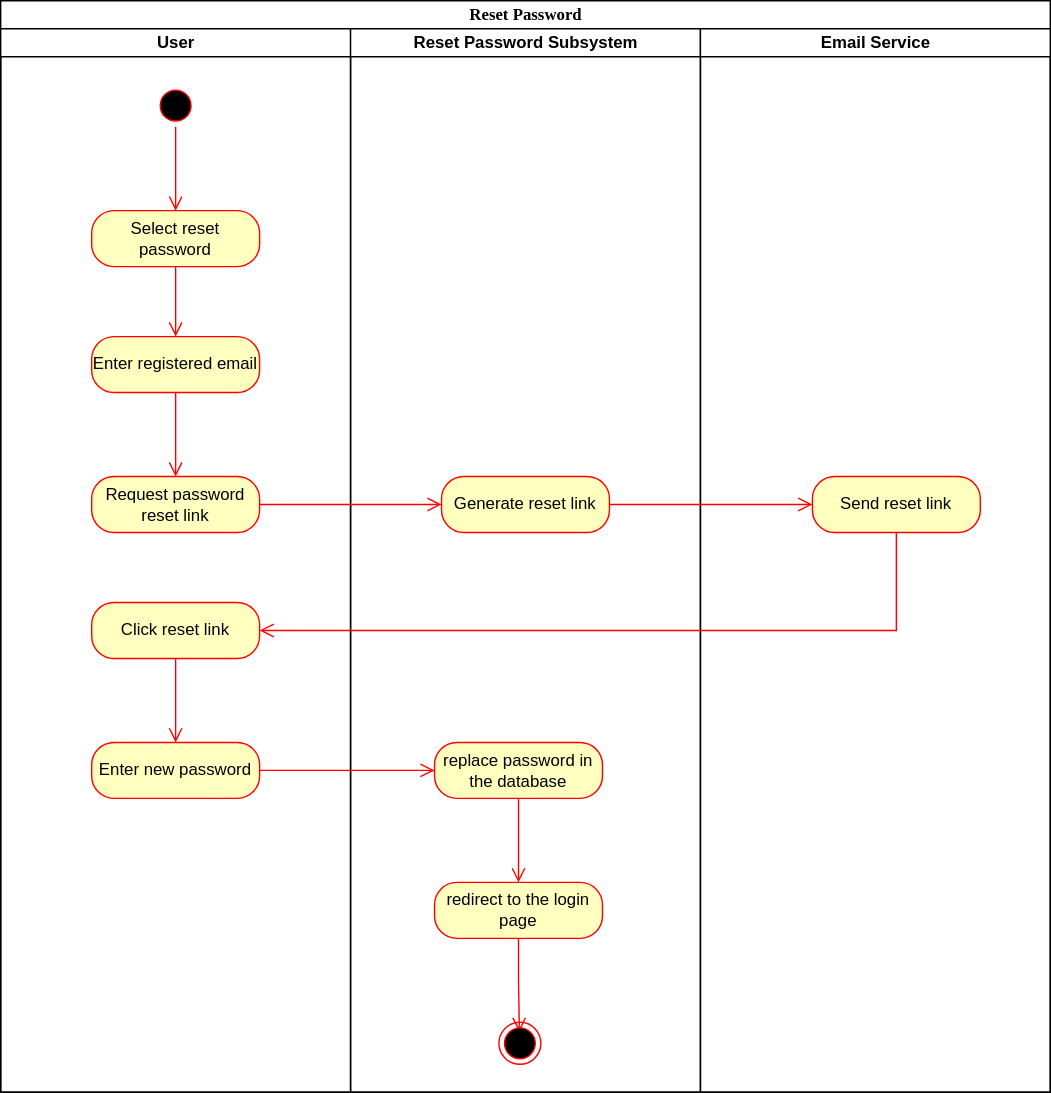
Earlier version of the draw.io export Reset password Activity Diagram.svg (Simamkele88/IFM3_GP). Source tidied: cells renumbered, new cells last; positions are measured from the earlier drawing's top-left corner, leaving out a move shared by most shapes.
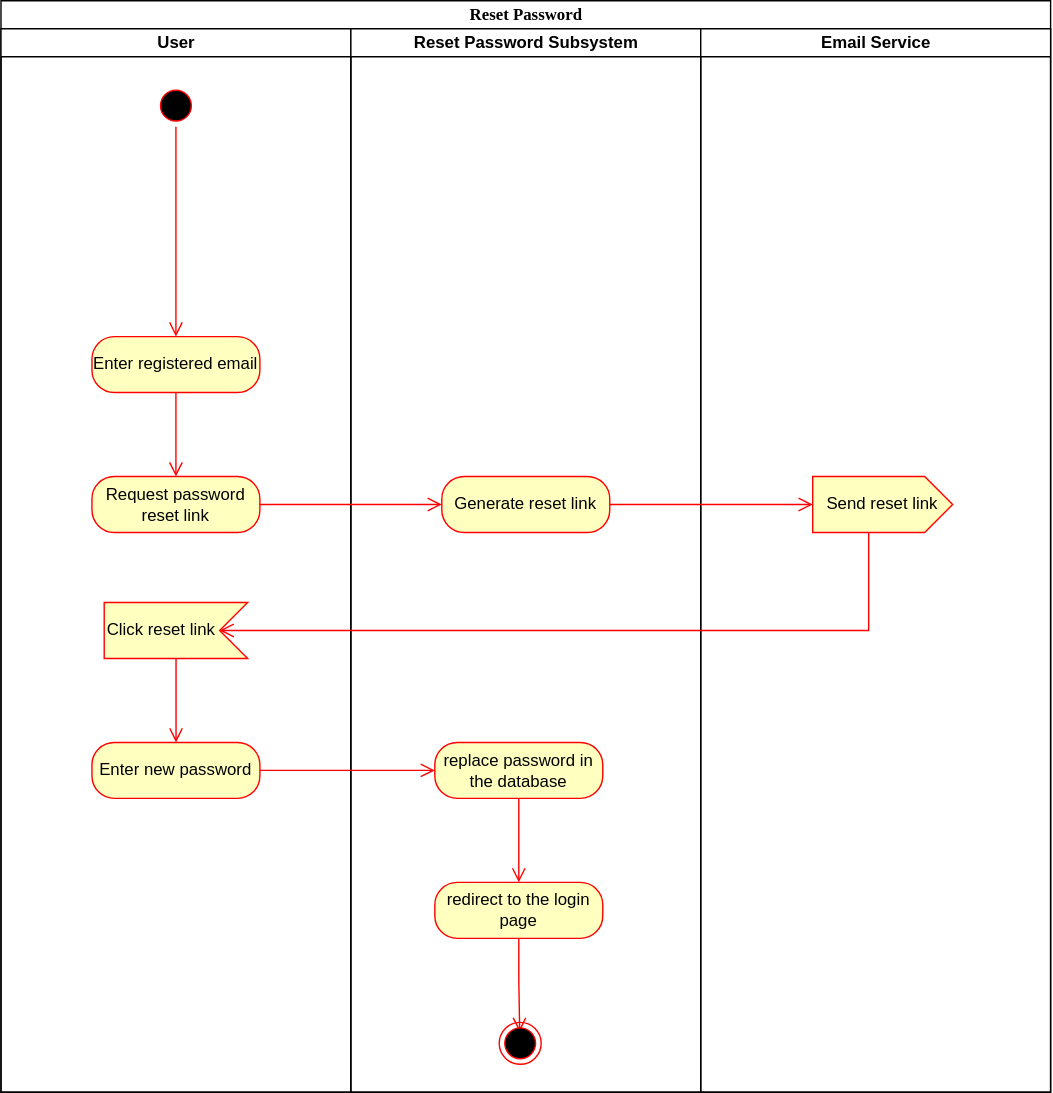
Later version of the same file.

Diff of the diagram source:
```diff
@@ -8,16 +8,10 @@
     <mxCell id="3" value="User" style="swimlane;html=1;startSize=20;" parent="2" vertex="1">
       <mxGeometry y="20" width="250" height="760" as="geometry" />
     </mxCell>
-    <mxCell id="4" value="Select reset password" style="rounded=1;whiteSpace=wrap;html=1;arcSize=40;fontColor=#000000;fillColor=#ffffc0;strokeColor=#ff0000;" parent="3" vertex="1">
-      <mxGeometry x="65" y="130" width="120" height="40" as="geometry" />
-    </mxCell>
-    <mxCell id="5" style="edgeStyle=orthogonalEdgeStyle;html=1;verticalAlign=bottom;endArrow=open;endSize=8;strokeColor=#ff0000;rounded=0;entryX=0.5;entryY=0;entryDx=0;entryDy=0;" parent="3" edge="1" source="4" target="8">
-      <mxGeometry relative="1" as="geometry" />
-    </mxCell>
     <mxCell id="6" style="ellipse;html=1;shape=startState;fillColor=#000000;strokeColor=#ff0000;" parent="3" vertex="1">
       <mxGeometry x="110" y="40" width="30" height="30" as="geometry" />
     </mxCell>
-    <mxCell id="7" style="edgeStyle=orthogonalEdgeStyle;html=1;verticalAlign=bottom;endArrow=open;endSize=8;strokeColor=#ff0000;rounded=0;" parent="3" edge="1" source="6" target="4">
+    <mxCell id="7" style="edgeStyle=orthogonalEdgeStyle;html=1;verticalAlign=bottom;endArrow=open;endSize=8;strokeColor=#ff0000;rounded=0;entryX=0.5;entryY=0;entryDx=0;entryDy=0;" parent="3" edge="1" source="6" target="8">
       <mxGeometry relative="1" as="geometry" />
     </mxCell>
     <mxCell id="8" value="Enter registered email" style="rounded=1;whiteSpace=wrap;html=1;arcSize=40;fontColor=#000000;fillColor=#ffffc0;strokeColor=#ff0000;" parent="3" vertex="1">
@@ -29,15 +23,15 @@
     <mxCell id="10" value="Request password reset link" style="rounded=1;whiteSpace=wrap;html=1;arcSize=40;fontColor=#000000;fillColor=#ffffc0;strokeColor=#ff0000;" parent="3" vertex="1">
       <mxGeometry x="65" y="320" width="120" height="40" as="geometry" />
     </mxCell>
-    <mxCell id="11" value="Click reset link" style="rounded=1;whiteSpace=wrap;html=1;arcSize=40;fontColor=#000000;fillColor=#ffffc0;strokeColor=#ff0000;" parent="3" vertex="1">
-      <mxGeometry x="65" y="410" width="120" height="40" as="geometry" />
-    </mxCell>
     <mxCell id="12" style="edgeStyle=orthogonalEdgeStyle;html=1;verticalAlign=bottom;endArrow=open;endSize=8;strokeColor=#ff0000;rounded=0;" parent="3" edge="1" source="11" target="13">
       <mxGeometry relative="1" as="geometry" />
     </mxCell>
     <mxCell id="13" value="Enter new password" style="rounded=1;whiteSpace=wrap;html=1;arcSize=40;fontColor=#000000;fillColor=#ffffc0;strokeColor=#ff0000;" parent="3" vertex="1">
       <mxGeometry x="65" y="510" width="120" height="40" as="geometry" />
     </mxCell>
+    <mxCell id="11" value="Click reset link" style="html=1;shape=mxgraph.infographic.ribbonSimple;notch1=20;notch2=0;align=left;verticalAlign=middle;fontSize=12;fontStyle=0;flipH=1;fillColor=#ffffc0;whiteSpace=wrap;rounded=1;strokeColor=#ff0000;arcSize=40;fontFamily=Helvetica;fontColor=#000000;" parent="3" vertex="1">
+      <mxGeometry x="73.8" y="410" width="102.5" height="40" as="geometry" />
+    </mxCell>
     <mxCell id="14" value="Reset Password Subsystem" style="swimlane;html=1;startSize=20;" parent="2" vertex="1">
       <mxGeometry x="250" y="20" width="250" height="760" as="geometry" />
     </mxCell>
@@ -62,19 +56,19 @@
     <mxCell id="21" value="Email Service" style="swimlane;html=1;startSize=20;" parent="2" vertex="1">
       <mxGeometry x="500" y="20" width="250" height="760" as="geometry" />
     </mxCell>
-    <mxCell id="22" value="Send reset link" style="rounded=1;whiteSpace=wrap;html=1;arcSize=40;fontColor=#000000;fillColor=#ffffc0;strokeColor=#ff0000;" parent="21" vertex="1">
-      <mxGeometry x="80" y="320" width="120" height="40" as="geometry" />
+    <mxCell id="22" value="Send reset link" style="html=1;shape=mxgraph.infographic.ribbonSimple;notch1=0;notch2=20;align=center;verticalAlign=middle;fontSize=12;fontStyle=0;fillColor=#ffffc0;whiteSpace=wrap;rounded=1;strokeColor=#ff0000;arcSize=40;fontFamily=Helvetica;fontColor=#000000;" parent="21" vertex="1">
+      <mxGeometry x="80" y="320" width="100" height="40" as="geometry" />
     </mxCell>
     <mxCell id="23" style="edgeStyle=orthogonalEdgeStyle;html=1;verticalAlign=bottom;endArrow=open;endSize=8;strokeColor=#ff0000;rounded=0;entryX=0;entryY=0.5;entryDx=0;entryDy=0;" parent="2" edge="1" source="10" target="15">
       <mxGeometry relative="1" as="geometry" />
     </mxCell>
-    <mxCell id="24" style="edgeStyle=orthogonalEdgeStyle;html=1;verticalAlign=bottom;endArrow=open;endSize=8;strokeColor=#ff0000;rounded=0;entryX=0;entryY=0.5;entryDx=0;entryDy=0;" parent="2" edge="1" source="15" target="22">
+    <mxCell id="24" style="edgeStyle=orthogonalEdgeStyle;html=1;verticalAlign=bottom;endArrow=open;endSize=8;strokeColor=#ff0000;rounded=0;entryX=0;entryY=0;entryDx=0;entryDy=20;entryPerimeter=0;" parent="2" edge="1" source="15" target="22">
       <mxGeometry relative="1" as="geometry" />
     </mxCell>
-    <mxCell id="25" style="edgeStyle=orthogonalEdgeStyle;html=1;verticalAlign=bottom;endArrow=open;endSize=8;strokeColor=#ff0000;rounded=0;entryX=1;entryY=0.5;entryDx=0;entryDy=0;" parent="2" edge="1" source="22" target="11">
+    <mxCell id="25" style="edgeStyle=orthogonalEdgeStyle;html=1;verticalAlign=bottom;endArrow=open;endSize=8;strokeColor=#ff0000;rounded=0;entryX=0;entryY=0;entryDx=20;entryDy=20;entryPerimeter=0;exitX=0;exitY=0;exitDx=40;exitDy=40;exitPerimeter=0;" parent="2" edge="1" source="22" target="11">
       <mxGeometry relative="1" as="geometry">
         <Array as="points">
-          <mxPoint x="640" y="450" />
+          <mxPoint x="620" y="450" />
         </Array>
       </mxGeometry>
     </mxCell>
```
